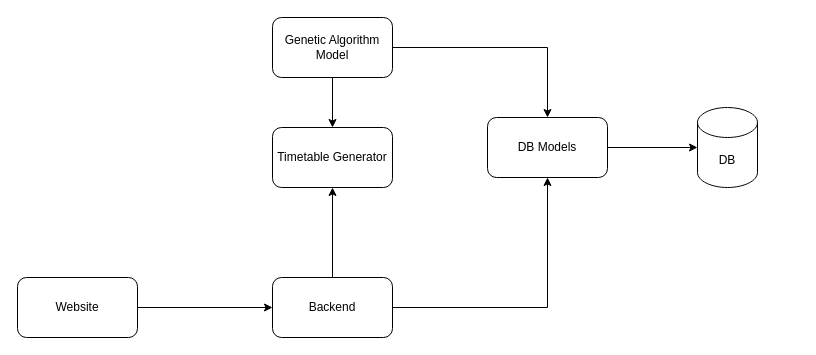
Above: timetable.drawio in adhamfayrouzamf/drawio (draw.io), before the change. Source tidied: cells renumbered, new cells numbered last; positions are measured from the earlier drawing's top-left corner, leaving out a move shared by most shapes. Both pictures are drawn from the tidied source at 100%, with x=0, y=0 at pixel (17, 17).
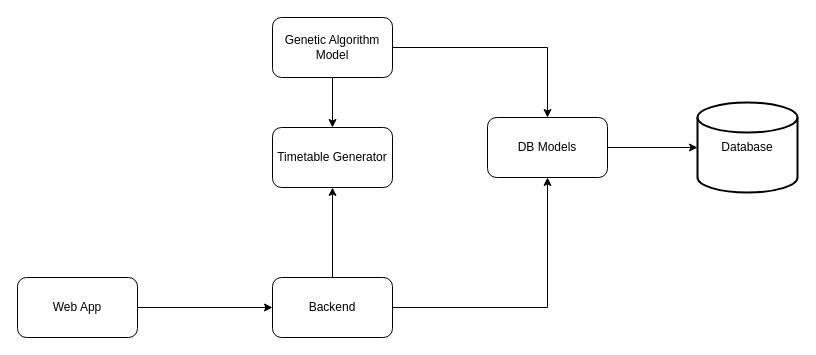
The same diagram, later.

What changed in the source:
```diff
@@
 <mxGraphModel>
   <root>
     <mxCell id="0" />
     <mxCell id="1" parent="0" />
-    <mxCell id="2" value="DB" style="shape=cylinder3;whiteSpace=wrap;html=1;boundedLbl=1;backgroundOutline=1;size=15;" parent="1" vertex="1">
-      <mxGeometry x="680" y="90" width="60" height="80" as="geometry" />
-    </mxCell>
     <mxCell id="3" style="edgeStyle=orthogonalEdgeStyle;rounded=0;jettySize=auto;html=1;exitX=1;exitY=0.5;exitDx=0;exitDy=0;entryX=0;entryY=0.5;entryDx=0;entryDy=0;" parent="1" edge="1" source="4" target="13">
       <mxGeometry relative="1" as="geometry" />
     </mxCell>
-    <mxCell id="4" value="Website" style="rounded=1;whiteSpace=wrap;html=1;" parent="1" vertex="1">
+    <mxCell id="4" value="Web App" style="rounded=1;whiteSpace=wrap;html=1;" parent="1" vertex="1">
       <mxGeometry y="260" width="120" height="60" as="geometry" />
     </mxCell>
     <mxCell id="5" value="Timetable Generator" style="rounded=1;whiteSpace=wrap;html=1;" parent="1" vertex="1">
       <mxGeometry x="255" y="110" width="120" height="60" as="geometry" />
     </mxCell>
     <mxCell id="6" style="edgeStyle=orthogonalEdgeStyle;rounded=0;jettySize=auto;html=1;exitX=0.5;exitY=1;exitDx=0;exitDy=0;entryX=0.5;entryY=0;entryDx=0;entryDy=0;" parent="1" edge="1" source="8" target="5">
       <mxGeometry relative="1" as="geometry" />
     </mxCell>
     <mxCell id="7" style="edgeStyle=orthogonalEdgeStyle;rounded=0;jettySize=auto;html=1;exitX=1;exitY=0.5;exitDx=0;exitDy=0;entryX=0.5;entryY=0;entryDx=0;entryDy=0;" parent="1" edge="1" source="8" target="10">
       <mxGeometry relative="1" as="geometry" />
     </mxCell>
     <mxCell id="8" value="Genetic Algorithm Model" style="rounded=1;whiteSpace=wrap;html=1;" parent="1" vertex="1">
       <mxGeometry x="255" width="120" height="60" as="geometry" />
     </mxCell>
-    <mxCell id="9" style="edgeStyle=orthogonalEdgeStyle;rounded=0;jettySize=auto;html=1;exitX=1;exitY=0.5;exitDx=0;exitDy=0;entryX=0;entryY=0.5;entryDx=0;entryDy=0;entryPerimeter=0;" parent="1" edge="1" source="10" target="2">
+    <mxCell id="9" style="edgeStyle=orthogonalEdgeStyle;rounded=0;jettySize=auto;html=1;exitX=1;exitY=0.5;exitDx=0;exitDy=0;entryX=0;entryY=0.5;entryDx=0;entryDy=0;entryPerimeter=0;" parent="1" edge="1" source="10" target="14">
       <mxGeometry relative="1" as="geometry" />
     </mxCell>
     <mxCell id="10" value="DB Models" style="rounded=1;whiteSpace=wrap;html=1;" parent="1" vertex="1">
       <mxGeometry x="470" y="100" width="120" height="60" as="geometry" />
     </mxCell>
     <mxCell id="11" style="edgeStyle=orthogonalEdgeStyle;rounded=0;jettySize=auto;html=1;exitX=1;exitY=0.5;exitDx=0;exitDy=0;entryX=0.5;entryY=1;entryDx=0;entryDy=0;" parent="1" edge="1" source="13" target="10">
       <mxGeometry relative="1" as="geometry" />
     </mxCell>
     <mxCell id="12" style="edgeStyle=orthogonalEdgeStyle;rounded=0;jettySize=auto;html=1;exitX=0.5;exitY=0;exitDx=0;exitDy=0;entryX=0.5;entryY=1;entryDx=0;entryDy=0;" parent="1" edge="1" source="13" target="5">
       <mxGeometry relative="1" as="geometry" />
     </mxCell>
     <mxCell id="13" value="Backend" style="rounded=1;whiteSpace=wrap;html=1;" parent="1" vertex="1">
       <mxGeometry x="255" y="260" width="120" height="60" as="geometry" />
     </mxCell>
+    <mxCell id="14" value="Database" style="strokeWidth=2;html=1;shape=mxgraph.flowchart.database;whiteSpace=wrap;" parent="1" vertex="1">
+      <mxGeometry x="680" y="85" width="100" height="90" as="geometry" />
+    </mxCell>
   </root>
 </mxGraphModel>
```
